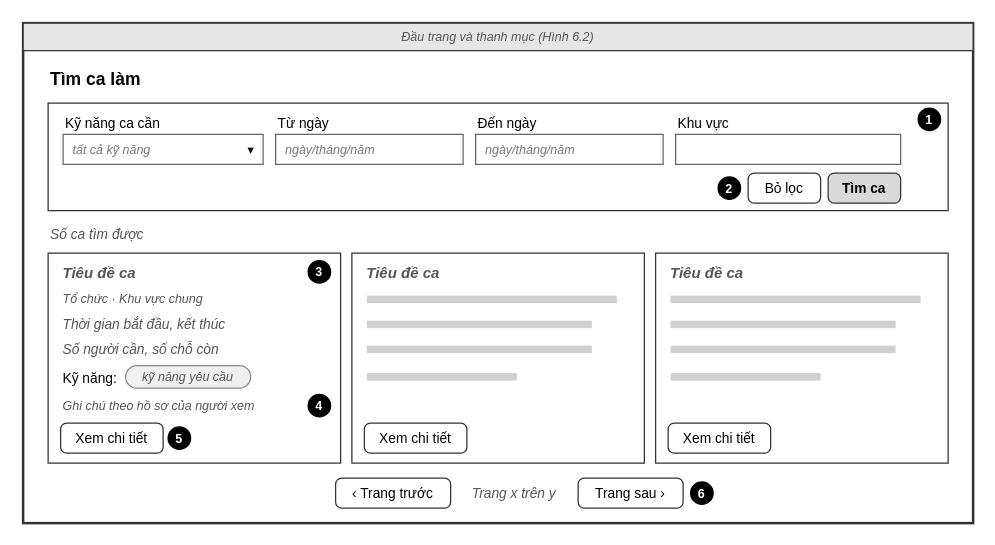
This is docs/giao_dien/drawio/M02_Tim_ca_lam.drawio from kanishere55/OOSD_NenTangDieuPhoi_TNV, a draw.io file, before an edit. Source tidied: cells renumbered, new cells numbered last; positions are measured from the earlier drawing's top-left corner, leaving out a move shared by most shapes. Both pictures are drawn from the tidied source at 125%, with x=0, y=0 at pixel (22, 22).
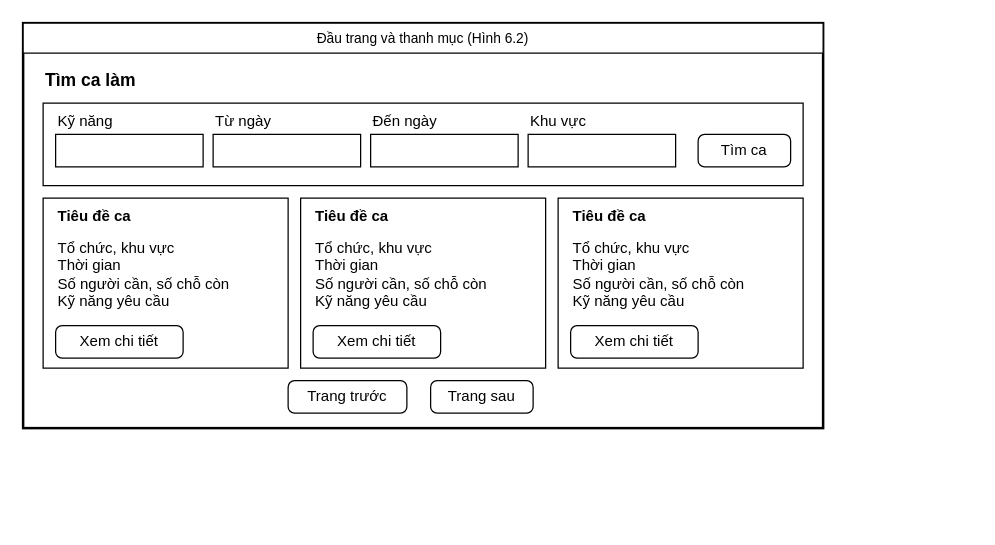
After the change.

What changed in the source:
```diff
@@
-    <mxCell id="2" style="rounded=0;whiteSpace=wrap;html=1;fillColor=#ffffff;strokeColor=#333333;strokeWidth=2;" parent="1" vertex="1">
-      <mxGeometry width="760" height="400" as="geometry" />
+    <mxCell id="2" style="rounded=0;whiteSpace=wrap;html=1;fillColor=#ffffff;strokeColor=#000000;strokeWidth=2;" parent="1" vertex="1">
+      <mxGeometry width="640" height="324" as="geometry" />
     </mxCell>
-    <mxCell id="3" value="Đầu trang và thanh mục (Hình 6.2)" style="rounded=0;whiteSpace=wrap;html=1;fillColor=#e6e6e6;strokeColor=#333333;fontSize=10;fontStyle=2;fontColor=#555555;" parent="1" vertex="1">
-      <mxGeometry width="760" height="22" as="geometry" />
+    <mxCell id="3" value="Đầu trang và thanh mục (Hình 6.2)" style="rounded=0;whiteSpace=wrap;html=1;fillColor=#ffffff;strokeColor=#000000;fontColor=#000000;fontSize=11;align=center;" parent="1" vertex="1">
+      <mxGeometry width="640" height="24" as="geometry" />
     </mxCell>
-    <mxCell id="4" value="Tìm ca làm" style="text;html=1;strokeColor=none;fillColor=none;align=left;verticalAlign=middle;whiteSpace=wrap;rounded=0;fontSize=14;fontStyle=1;fontColor=#000000;" parent="1" vertex="1">
-      <mxGeometry x="20" y="34" width="400" height="22" as="geometry" />
+    <mxCell id="4" value="Tìm ca làm" style="text;html=1;strokeColor=none;fillColor=none;whiteSpace=wrap;verticalAlign=middle;fontColor=#000000;align=left;fontSize=14;fontStyle=1;" parent="1" vertex="1">
+      <mxGeometry x="16" y="34" width="300" height="24" as="geometry" />
     </mxCell>
-    <mxCell id="5" style="rounded=0;arcSize=8;whiteSpace=wrap;html=1;fillColor=#ffffff;strokeColor=#333333;" parent="1" vertex="1">
-      <mxGeometry x="20" y="64" width="720" height="86" as="geometry" />
+    <mxCell id="5" style="rounded=0;whiteSpace=wrap;html=1;fillColor=#ffffff;strokeColor=#000000;fontColor=#000000;fontSize=12;align=center;" parent="1" vertex="1">
+      <mxGeometry x="16" y="64" width="608" height="66" as="geometry" />
     </mxCell>
-    <mxCell id="6" value="1" style="ellipse;whiteSpace=wrap;html=1;fillColor=#000000;strokeColor=#000000;fontColor=#ffffff;fontSize=10;fontStyle=1;" parent="1" vertex="1">
-      <mxGeometry x="716" y="68" width="18" height="18" as="geometry" />
+    <mxCell id="6" value="Kỹ năng" style="text;html=1;strokeColor=none;fillColor=none;whiteSpace=wrap;verticalAlign=middle;fontColor=#000000;align=left;fontSize=12;fontStyle=0;" parent="1" vertex="1">
+      <mxGeometry x="26" y="70" width="118" height="18" as="geometry" />
     </mxCell>
-    <mxCell id="7" value="Kỹ năng ca cần" style="text;html=1;strokeColor=none;fillColor=none;align=left;verticalAlign=middle;whiteSpace=wrap;rounded=0;fontSize=11;fontStyle=0;fontColor=#000000;" parent="1" vertex="1">
-      <mxGeometry x="32" y="72" width="160" height="16" as="geometry" />
+    <mxCell id="7" style="rounded=0;whiteSpace=wrap;html=1;fillColor=#ffffff;strokeColor=#000000;fontColor=#000000;fontSize=12;align=center;" parent="1" vertex="1">
+      <mxGeometry x="26" y="89" width="118" height="26" as="geometry" />
     </mxCell>
-    <mxCell id="8" value="tất cả kỹ năng" style="rounded=0;whiteSpace=wrap;html=1;align=left;spacingLeft=6;fontSize=10;fontStyle=2;fontColor=#777777;fillColor=#ffffff;strokeColor=#666666;" parent="1" vertex="1">
-      <mxGeometry x="32" y="89" width="160" height="24" as="geometry" />
+    <mxCell id="8" value="Từ ngày" style="text;html=1;strokeColor=none;fillColor=none;whiteSpace=wrap;verticalAlign=middle;fontColor=#000000;align=left;fontSize=12;fontStyle=0;" parent="1" vertex="1">
+      <mxGeometry x="152" y="70" width="118" height="18" as="geometry" />
     </mxCell>
-    <mxCell id="9" value="▾" style="text;html=1;strokeColor=none;fillColor=none;align=center;verticalAlign=middle;fontSize=10;" parent="1" vertex="1">
-      <mxGeometry x="174" y="91" width="16" height="20" as="geometry" />
+    <mxCell id="9" style="rounded=0;whiteSpace=wrap;html=1;fillColor=#ffffff;strokeColor=#000000;fontColor=#000000;fontSize=12;align=center;" parent="1" vertex="1">
+      <mxGeometry x="152" y="89" width="118" height="26" as="geometry" />
     </mxCell>
-    <mxCell id="10" value="Từ ngày" style="text;html=1;strokeColor=none;fillColor=none;align=left;verticalAlign=middle;whiteSpace=wrap;rounded=0;fontSize=11;fontStyle=0;fontColor=#000000;" parent="1" vertex="1">
-      <mxGeometry x="202" y="72" width="150" height="16" as="geometry" />
+    <mxCell id="10" value="Đến ngày" style="text;html=1;strokeColor=none;fillColor=none;whiteSpace=wrap;verticalAlign=middle;fontColor=#000000;align=left;fontSize=12;fontStyle=0;" parent="1" vertex="1">
+      <mxGeometry x="278" y="70" width="118" height="18" as="geometry" />
     </mxCell>
-    <mxCell id="11" value="ngày/tháng/năm" style="rounded=0;whiteSpace=wrap;html=1;align=left;spacingLeft=6;fontSize=10;fontStyle=2;fontColor=#777777;fillColor=#ffffff;strokeColor=#666666;" parent="1" vertex="1">
-      <mxGeometry x="202" y="89" width="150" height="24" as="geometry" />
+    <mxCell id="11" style="rounded=0;whiteSpace=wrap;html=1;fillColor=#ffffff;strokeColor=#000000;fontColor=#000000;fontSize=12;align=center;" parent="1" vertex="1">
+      <mxGeometry x="278" y="89" width="118" height="26" as="geometry" />
     </mxCell>
-    <mxCell id="12" value="Đến ngày" style="text;html=1;strokeColor=none;fillColor=none;align=left;verticalAlign=middle;whiteSpace=wrap;rounded=0;fontSize=11;fontStyle=0;fontColor=#000000;" parent="1" vertex="1">
-      <mxGeometry x="362" y="72" width="150" height="16" as="geometry" />
+    <mxCell id="12" value="Khu vực" style="text;html=1;strokeColor=none;fillColor=none;whiteSpace=wrap;verticalAlign=middle;fontColor=#000000;align=left;fontSize=12;fontStyle=0;" parent="1" vertex="1">
+      <mxGeometry x="404" y="70" width="118" height="18" as="geometry" />
     </mxCell>
-    <mxCell id="13" value="ngày/tháng/năm" style="rounded=0;whiteSpace=wrap;html=1;align=left;spacingLeft=6;fontSize=10;fontStyle=2;fontColor=#777777;fillColor=#ffffff;strokeColor=#666666;" parent="1" vertex="1">
-      <mxGeometry x="362" y="89" width="150" height="24" as="geometry" />
+    <mxCell id="13" style="rounded=0;whiteSpace=wrap;html=1;fillColor=#ffffff;strokeColor=#000000;fontColor=#000000;fontSize=12;align=center;" parent="1" vertex="1">
+      <mxGeometry x="404" y="89" width="118" height="26" as="geometry" />
     </mxCell>
-    <mxCell id="14" value="Khu vực" style="text;html=1;strokeColor=none;fillColor=none;align=left;verticalAlign=middle;whiteSpace=wrap;rounded=0;fontSize=11;fontStyle=0;fontColor=#000000;" parent="1" vertex="1">
-      <mxGeometry x="522" y="72" width="180" height="16" as="geometry" />
+    <mxCell id="14" value="Tìm ca" style="rounded=1;arcSize=20;whiteSpace=wrap;html=1;fillColor=#ffffff;strokeColor=#000000;fontColor=#000000;fontSize=12;" parent="1" vertex="1">
+      <mxGeometry x="540" y="89" width="74" height="26" as="geometry" />
     </mxCell>
-    <mxCell id="15" style="rounded=0;whiteSpace=wrap;html=1;align=left;spacingLeft=6;fontSize=10;fontStyle=2;fontColor=#777777;fillColor=#ffffff;strokeColor=#666666;" parent="1" vertex="1">
-      <mxGeometry x="522" y="89" width="180" height="24" as="geometry" />
+    <mxCell id="15" style="rounded=0;whiteSpace=wrap;html=1;fillColor=#ffffff;strokeColor=#000000;fontColor=#000000;fontSize=12;align=center;" parent="1" vertex="1">
+      <mxGeometry x="16" y="140" width="196" height="136" as="geometry" />
     </mxCell>
-    <mxCell id="16" value="Tìm ca" style="rounded=1;arcSize=20;whiteSpace=wrap;html=1;fontSize=11;strokeColor=#333333;fillColor=#d9d9d9;fontStyle=1;" parent="1" vertex="1">
-      <mxGeometry x="644" y="120" width="58" height="24" as="geometry" />
+    <mxCell id="16" value="Tiêu đề ca" style="text;html=1;strokeColor=none;fillColor=none;whiteSpace=wrap;verticalAlign=middle;fontColor=#000000;align=left;fontSize=12;fontStyle=1;" parent="1" vertex="1">
+      <mxGeometry x="26" y="146" width="180" height="18" as="geometry" />
     </mxCell>
-    <mxCell id="17" value="Bỏ lọc" style="rounded=1;arcSize=20;whiteSpace=wrap;html=1;fontSize=11;strokeColor=#333333;fillColor=#ffffff;" parent="1" vertex="1">
-      <mxGeometry x="580" y="120" width="58" height="24" as="geometry" />
+    <mxCell id="17" value="Tổ chức, khu vực&lt;br&gt;Thời gian&lt;br&gt;Số người cần, số chỗ còn&lt;br&gt;Kỹ năng yêu cầu" style="text;html=1;strokeColor=none;fillColor=none;whiteSpace=wrap;verticalAlign=middle;fontColor=#000000;align=left;fontSize=12;fontStyle=0;" parent="1" vertex="1">
+      <mxGeometry x="26" y="166" width="180" height="70" as="geometry" />
     </mxCell>
-    <mxCell id="18" value="2" style="ellipse;whiteSpace=wrap;html=1;fillColor=#000000;strokeColor=#000000;fontColor=#ffffff;fontSize=10;fontStyle=1;" parent="1" vertex="1">
-      <mxGeometry x="556" y="123" width="18" height="18" as="geometry" />
+    <mxCell id="18" value="Xem chi tiết" style="rounded=1;arcSize=20;whiteSpace=wrap;html=1;fillColor=#ffffff;strokeColor=#000000;fontColor=#000000;fontSize=12;" parent="1" vertex="1">
+      <mxGeometry x="26" y="242" width="102" height="26" as="geometry" />
     </mxCell>
-    <mxCell id="19" value="Số ca tìm được" style="text;html=1;strokeColor=none;fillColor=none;align=left;verticalAlign=middle;whiteSpace=wrap;rounded=0;fontSize=11;fontStyle=2;fontColor=#555555;" parent="1" vertex="1">
-      <mxGeometry x="20" y="160" width="300" height="18" as="geometry" />
+    <mxCell id="19" style="rounded=0;whiteSpace=wrap;html=1;fillColor=#ffffff;strokeColor=#000000;fontColor=#000000;fontSize=12;align=center;" parent="1" vertex="1">
+      <mxGeometry x="222" y="140" width="196" height="136" as="geometry" />
     </mxCell>
-    <mxCell id="20" style="rounded=0;arcSize=8;whiteSpace=wrap;html=1;fillColor=#ffffff;strokeColor=#333333;" parent="1" vertex="1">
-      <mxGeometry x="20" y="184" width="234" height="168" as="geometry" />
+    <mxCell id="20" value="Tiêu đề ca" style="text;html=1;strokeColor=none;fillColor=none;whiteSpace=wrap;verticalAlign=middle;fontColor=#000000;align=left;fontSize=12;fontStyle=1;" parent="1" vertex="1">
+      <mxGeometry x="232" y="146" width="180" height="18" as="geometry" />
     </mxCell>
-    <mxCell id="21" value="Tiêu đề ca" style="text;html=1;strokeColor=none;fillColor=none;align=left;verticalAlign=middle;whiteSpace=wrap;rounded=0;fontSize=12;fontStyle=3;fontColor=#555555;" parent="1" vertex="1">
-      <mxGeometry x="30" y="190" width="190" height="20" as="geometry" />
+    <mxCell id="21" value="Tổ chức, khu vực&lt;br&gt;Thời gian&lt;br&gt;Số người cần, số chỗ còn&lt;br&gt;Kỹ năng yêu cầu" style="text;html=1;strokeColor=none;fillColor=none;whiteSpace=wrap;verticalAlign=middle;fontColor=#000000;align=left;fontSize=12;fontStyle=0;" parent="1" vertex="1">
+      <mxGeometry x="232" y="166" width="180" height="70" as="geometry" />
     </mxCell>
-    <mxCell id="22" value="Tổ chức · Khu vực chung" style="text;html=1;strokeColor=none;fillColor=none;align=left;verticalAlign=middle;whiteSpace=wrap;rounded=0;fontSize=10;fontStyle=2;fontColor=#555555;" parent="1" vertex="1">
-      <mxGeometry x="30" y="212" width="200" height="16" as="geometry" />
+    <mxCell id="22" value="Xem chi tiết" style="rounded=1;arcSize=20;whiteSpace=wrap;html=1;fillColor=#ffffff;strokeColor=#000000;fontColor=#000000;fontSize=12;" parent="1" vertex="1">
+      <mxGeometry x="232" y="242" width="102" height="26" as="geometry" />
     </mxCell>
-    <mxCell id="23" value="Thời gian bắt đầu, kết thúc" style="text;html=1;strokeColor=none;fillColor=none;align=left;verticalAlign=middle;whiteSpace=wrap;rounded=0;fontSize=11;fontStyle=2;fontColor=#555555;" parent="1" vertex="1">
-      <mxGeometry x="30" y="232" width="210" height="18" as="geometry" />
+    <mxCell id="23" style="rounded=0;whiteSpace=wrap;html=1;fillColor=#ffffff;strokeColor=#000000;fontColor=#000000;fontSize=12;align=center;" parent="1" vertex="1">
+      <mxGeometry x="428" y="140" width="196" height="136" as="geometry" />
     </mxCell>
-    <mxCell id="24" value="Số người cần, số chỗ còn" style="text;html=1;strokeColor=none;fillColor=none;align=left;verticalAlign=middle;whiteSpace=wrap;rounded=0;fontSize=11;fontStyle=2;fontColor=#555555;" parent="1" vertex="1">
-      <mxGeometry x="30" y="252" width="210" height="18" as="geometry" />
+    <mxCell id="24" value="Tiêu đề ca" style="text;html=1;strokeColor=none;fillColor=none;whiteSpace=wrap;verticalAlign=middle;fontColor=#000000;align=left;fontSize=12;fontStyle=1;" parent="1" vertex="1">
+      <mxGeometry x="438" y="146" width="180" height="18" as="geometry" />
     </mxCell>
-    <mxCell id="25" value="Kỹ năng:" style="text;html=1;strokeColor=none;fillColor=none;align=left;verticalAlign=middle;whiteSpace=wrap;rounded=0;fontSize=11;fontStyle=0;fontColor=#000000;" parent="1" vertex="1">
-      <mxGeometry x="30" y="274" width="60" height="19" as="geometry" />
+    <mxCell id="25" value="Tổ chức, khu vực&lt;br&gt;Thời gian&lt;br&gt;Số người cần, số chỗ còn&lt;br&gt;Kỹ năng yêu cầu" style="text;html=1;strokeColor=none;fillColor=none;whiteSpace=wrap;verticalAlign=middle;fontColor=#000000;align=left;fontSize=12;fontStyle=0;" parent="1" vertex="1">
+      <mxGeometry x="438" y="166" width="180" height="70" as="geometry" />
     </mxCell>
-    <mxCell id="26" value="kỹ năng yêu cầu" style="rounded=1;arcSize=50;whiteSpace=wrap;html=1;fontSize=10;fontStyle=2;fontColor=#555555;fillColor=#f0f0f0;strokeColor=#888888;" parent="1" vertex="1">
-      <mxGeometry x="82" y="274" width="100" height="18" as="geometry" />
+    <mxCell id="26" value="Xem chi tiết" style="rounded=1;arcSize=20;whiteSpace=wrap;html=1;fillColor=#ffffff;strokeColor=#000000;fontColor=#000000;fontSize=12;" parent="1" vertex="1">
+      <mxGeometry x="438" y="242" width="102" height="26" as="geometry" />
     </mxCell>
-    <mxCell id="27" value="Ghi chú theo hồ sơ của người xem" style="text;html=1;strokeColor=none;fillColor=none;align=left;verticalAlign=middle;whiteSpace=wrap;rounded=0;fontSize=10;fontStyle=2;fontColor=#555555;" parent="1" vertex="1">
-      <mxGeometry x="30" y="298" width="190" height="16" as="geometry" />
+    <mxCell id="27" value="Trang trước" style="rounded=1;arcSize=20;whiteSpace=wrap;html=1;fillColor=#ffffff;strokeColor=#000000;fontColor=#000000;fontSize=12;" parent="1" vertex="1">
+      <mxGeometry x="212" y="286" width="95" height="26" as="geometry" />
     </mxCell>
-    <mxCell id="28" value="3" style="ellipse;whiteSpace=wrap;html=1;fillColor=#000000;strokeColor=#000000;fontColor=#ffffff;fontSize=10;fontStyle=1;" parent="1" vertex="1">
-      <mxGeometry x="228" y="190" width="18" height="18" as="geometry" />
+    <mxCell id="28" value="Trang sau" style="rounded=1;arcSize=20;whiteSpace=wrap;html=1;fillColor=#ffffff;strokeColor=#000000;fontColor=#000000;fontSize=12;" parent="1" vertex="1">
+      <mxGeometry x="326" y="286" width="82" height="26" as="geometry" />
     </mxCell>
-    <mxCell id="29" value="4" style="ellipse;whiteSpace=wrap;html=1;fillColor=#000000;strokeColor=#000000;fontColor=#ffffff;fontSize=10;fontStyle=1;" parent="1" vertex="1">
-      <mxGeometry x="228" y="297" width="18" height="18" as="geometry" />
-    </mxCell>
-    <mxCell id="30" value="5" style="ellipse;whiteSpace=wrap;html=1;fillColor=#000000;strokeColor=#000000;fontColor=#ffffff;fontSize=10;fontStyle=1;" parent="1" vertex="1">
-      <mxGeometry x="116" y="323" width="18" height="18" as="geometry" />
-    </mxCell>
-    <mxCell id="31" value="Xem chi tiết" style="rounded=1;arcSize=20;whiteSpace=wrap;html=1;fontSize=11;strokeColor=#333333;fillColor=#ffffff;" parent="1" vertex="1">
-      <mxGeometry x="30" y="320" width="82" height="24" as="geometry" />
-    </mxCell>
-    <mxCell id="32" style="rounded=0;arcSize=8;whiteSpace=wrap;html=1;fillColor=#ffffff;strokeColor=#333333;" parent="1" vertex="1">
-      <mxGeometry x="263" y="184" width="234" height="168" as="geometry" />
-    </mxCell>
-    <mxCell id="33" value="Tiêu đề ca" style="text;html=1;strokeColor=none;fillColor=none;align=left;verticalAlign=middle;whiteSpace=wrap;rounded=0;fontSize=12;fontStyle=3;fontColor=#555555;" parent="1" vertex="1">
-      <mxGeometry x="273" y="190" width="190" height="20" as="geometry" />
-    </mxCell>
-    <mxCell id="34" style="rounded=0;whiteSpace=wrap;html=1;fillColor=#d0d0d0;strokeColor=none;" parent="1" vertex="1">
-      <mxGeometry x="275" y="218" width="200" height="6" as="geometry" />
-    </mxCell>
-    <mxCell id="35" style="rounded=0;whiteSpace=wrap;html=1;fillColor=#d0d0d0;strokeColor=none;" parent="1" vertex="1">
-      <mxGeometry x="275" y="238" width="180" height="6" as="geometry" />
-    </mxCell>
-    <mxCell id="36" style="rounded=0;whiteSpace=wrap;html=1;fillColor=#d0d0d0;strokeColor=none;" parent="1" vertex="1">
-      <mxGeometry x="275" y="258" width="180" height="6" as="geometry" />
-    </mxCell>
-    <mxCell id="37" style="rounded=0;whiteSpace=wrap;html=1;fillColor=#d0d0d0;strokeColor=none;" parent="1" vertex="1">
-      <mxGeometry x="275" y="280" width="120" height="6" as="geometry" />
-    </mxCell>
-    <mxCell id="38" value="Xem chi tiết" style="rounded=1;arcSize=20;whiteSpace=wrap;html=1;fontSize=11;strokeColor=#333333;fillColor=#ffffff;" parent="1" vertex="1">
-      <mxGeometry x="273" y="320" width="82" height="24" as="geometry" />
-    </mxCell>
-    <mxCell id="39" style="rounded=0;arcSize=8;whiteSpace=wrap;html=1;fillColor=#ffffff;strokeColor=#333333;" parent="1" vertex="1">
-      <mxGeometry x="506" y="184" width="234" height="168" as="geometry" />
-    </mxCell>
-    <mxCell id="40" value="Tiêu đề ca" style="text;html=1;strokeColor=none;fillColor=none;align=left;verticalAlign=middle;whiteSpace=wrap;rounded=0;fontSize=12;fontStyle=3;fontColor=#555555;" parent="1" vertex="1">
-      <mxGeometry x="516" y="190" width="190" height="20" as="geometry" />
-    </mxCell>
-    <mxCell id="41" style="rounded=0;whiteSpace=wrap;html=1;fillColor=#d0d0d0;strokeColor=none;" parent="1" vertex="1">
-      <mxGeometry x="518" y="218" width="200" height="6" as="geometry" />
-    </mxCell>
-    <mxCell id="42" style="rounded=0;whiteSpace=wrap;html=1;fillColor=#d0d0d0;strokeColor=none;" parent="1" vertex="1">
-      <mxGeometry x="518" y="238" width="180" height="6" as="geometry" />
-    </mxCell>
-    <mxCell id="43" style="rounded=0;whiteSpace=wrap;html=1;fillColor=#d0d0d0;strokeColor=none;" parent="1" vertex="1">
-      <mxGeometry x="518" y="258" width="180" height="6" as="geometry" />
-    </mxCell>
-    <mxCell id="44" style="rounded=0;whiteSpace=wrap;html=1;fillColor=#d0d0d0;strokeColor=none;" parent="1" vertex="1">
-      <mxGeometry x="518" y="280" width="120" height="6" as="geometry" />
-    </mxCell>
-    <mxCell id="45" value="Xem chi tiết" style="rounded=1;arcSize=20;whiteSpace=wrap;html=1;fontSize=11;strokeColor=#333333;fillColor=#ffffff;" parent="1" vertex="1">
-      <mxGeometry x="516" y="320" width="82" height="24" as="geometry" />
-    </mxCell>
-    <mxCell id="46" value="‹ Trang trước" style="rounded=1;arcSize=20;whiteSpace=wrap;html=1;fontSize=11;strokeColor=#333333;fillColor=#ffffff;" parent="1" vertex="1">
-      <mxGeometry x="250" y="364" width="92" height="24" as="geometry" />
-    </mxCell>
-    <mxCell id="47" value="Trang x trên y" style="text;html=1;strokeColor=none;fillColor=none;align=center;verticalAlign=middle;whiteSpace=wrap;rounded=0;fontSize=11;fontStyle=2;fontColor=#555555;" parent="1" vertex="1">
-      <mxGeometry x="348" y="367" width="90" height="18" as="geometry" />
-    </mxCell>
-    <mxCell id="48" value="Trang sau ›" style="rounded=1;arcSize=20;whiteSpace=wrap;html=1;fontSize=11;strokeColor=#333333;fillColor=#ffffff;" parent="1" vertex="1">
-      <mxGeometry x="444" y="364" width="84" height="24" as="geometry" />
-    </mxCell>
-    <mxCell id="49" value="6" style="ellipse;whiteSpace=wrap;html=1;fillColor=#000000;strokeColor=#000000;fontColor=#ffffff;fontSize=10;fontStyle=1;" parent="1" vertex="1">
-      <mxGeometry x="534" y="367" width="18" height="18" as="geometry" />
-    </mxCell>
```
